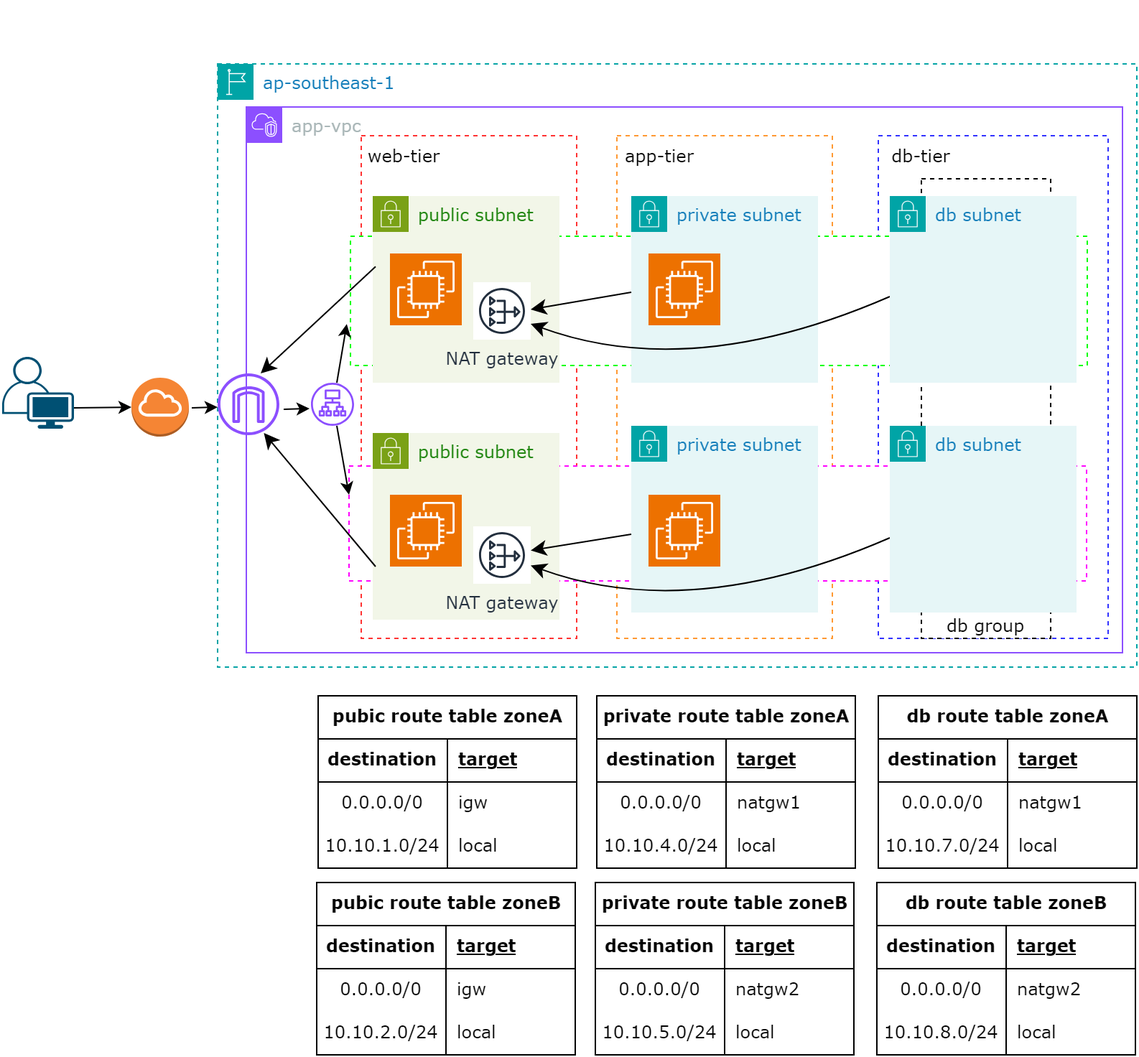
EEM0N/3-tier-terraform keeps this draw.io diagram as figures/architecture.png. Above is the earlier version. Source tidied: cells renumbered, new cells last; positions are measured from the earlier drawing's top-left corner, leaving out a move shared by most shapes.
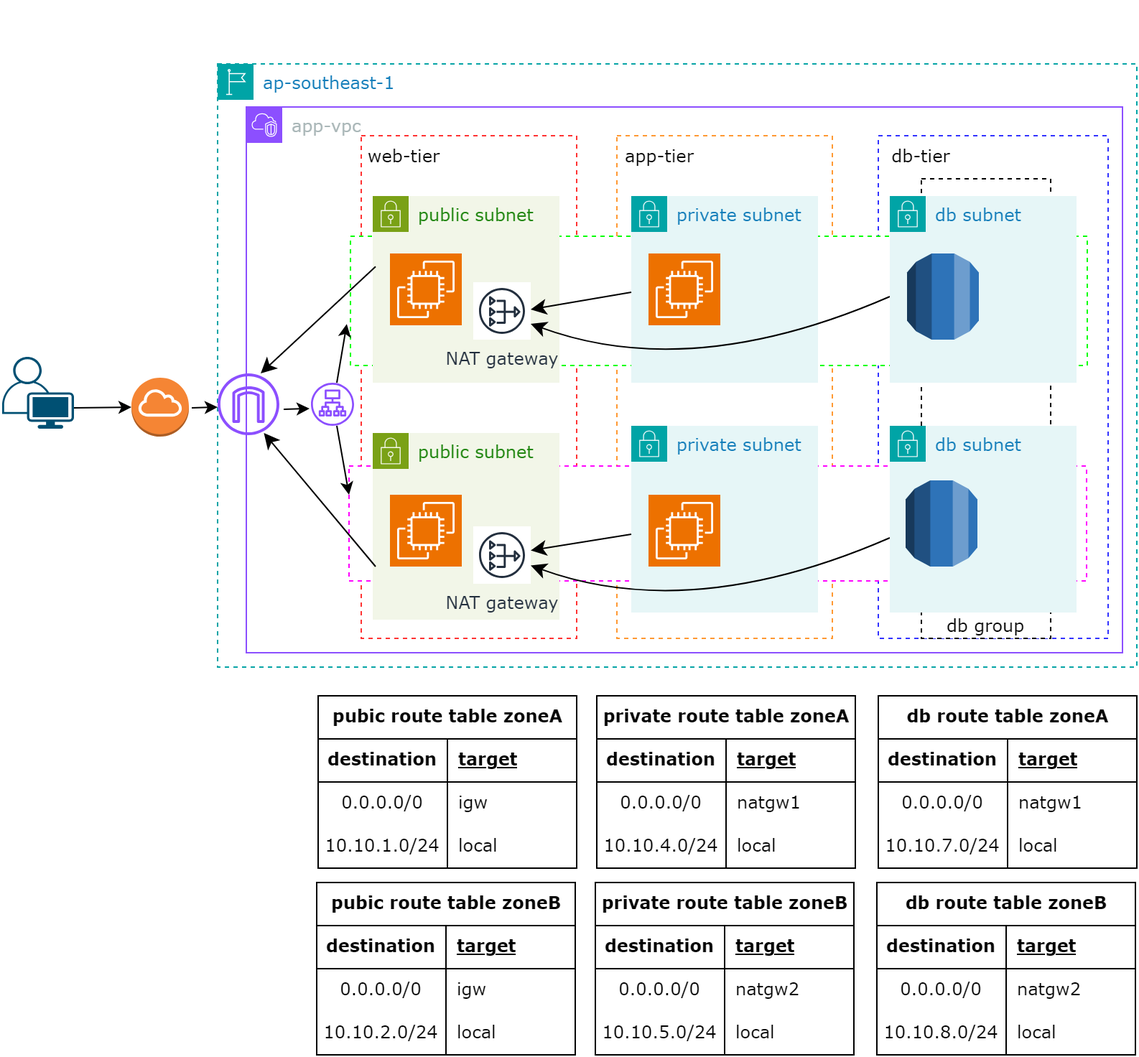
Above is the later version.

The edit, as a diff of the source:
```diff
@@ -64,9 +64,15 @@
     <mxCell id="18" value="db subnet" style="gradientColor=none;html=1;whiteSpace=wrap;fontSize=12;fontStyle=0;shape=mxgraph.aws4.group;grIcon=mxgraph.aws4.group_security_group;grStroke=0;strokeColor=#00A4A6;fillColor=#E6F6F7;verticalAlign=top;align=left;spacingLeft=30;fontColor=#147EBA;dashed=0;fontFamily=Verdana;" parent="5" vertex="1">
       <mxGeometry x="448" y="62" width="130" height="130" as="geometry" />
     </mxCell>
+    <mxCell id="101" style="dashed=0;verticalLabelPosition=bottom;verticalAlign=top;align=center;html=1;shape=mxgraph.aws3.rds;fillColor=#2E73B8;gradientColor=none;" parent="18" vertex="1">
+      <mxGeometry x="12" y="40" width="50" height="60" as="geometry" />
+    </mxCell>
     <mxCell id="19" value="db subnet" style="gradientColor=none;html=1;whiteSpace=wrap;fontSize=12;fontStyle=0;shape=mxgraph.aws4.group;grIcon=mxgraph.aws4.group_security_group;grStroke=0;strokeColor=#00A4A6;fillColor=#E6F6F7;verticalAlign=top;align=left;spacingLeft=30;fontColor=#147EBA;dashed=0;fontFamily=Verdana;" parent="5" vertex="1">
       <mxGeometry x="448" y="222" width="130" height="130" as="geometry" />
     </mxCell>
+    <mxCell id="102" style="dashed=0;verticalLabelPosition=bottom;verticalAlign=top;align=center;html=1;shape=mxgraph.aws3.rds;fillColor=#2E73B8;gradientColor=none;" parent="19" vertex="1">
+      <mxGeometry x="11" y="38" width="50" height="60" as="geometry" />
+    </mxCell>
     <mxCell id="20" value="db group" style="text;html=1;align=center;verticalAlign=middle;whiteSpace=wrap;rounded=0;fontFamily=Verdana;" parent="5" vertex="1">
       <mxGeometry x="485" y="347" width="60" height="30" as="geometry" />
     </mxCell>
```
